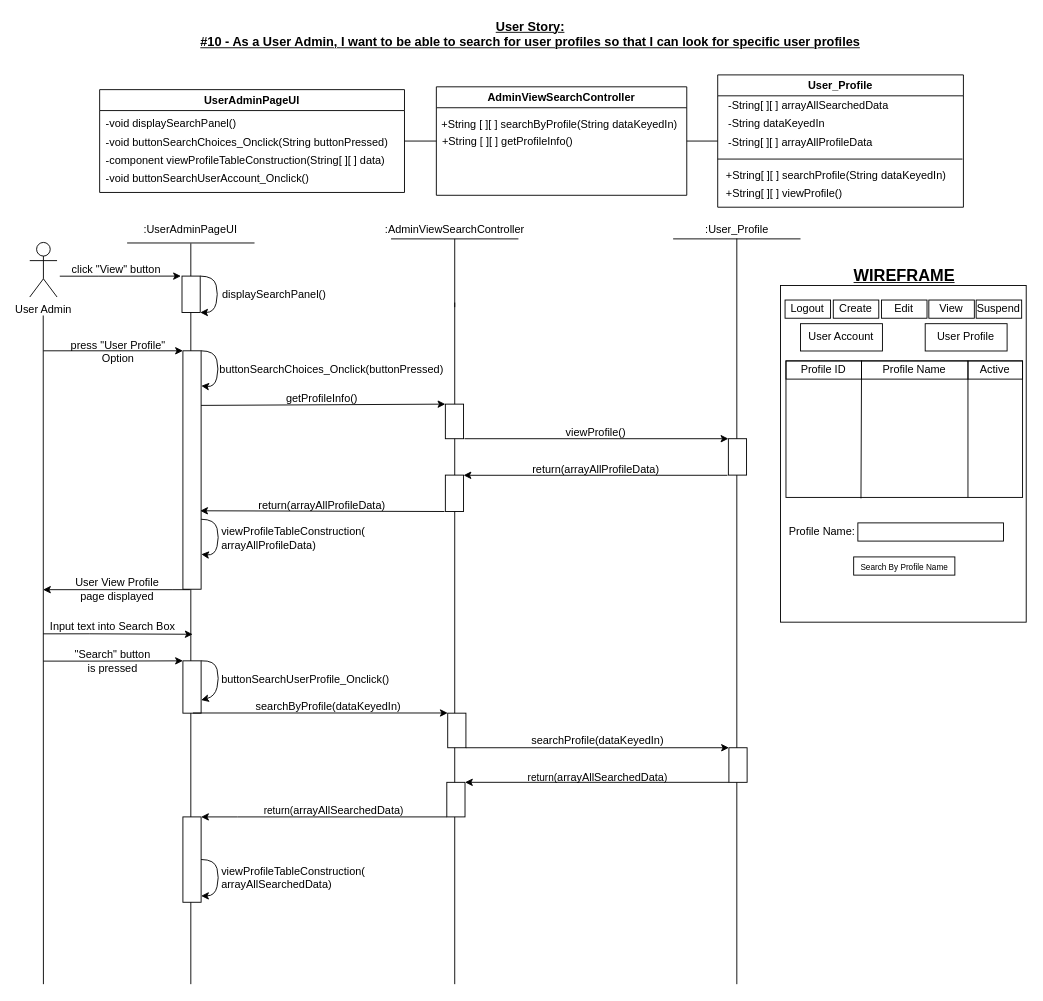
Before: BCE_UML_and_Diagrams/UserAdmin/UserAdmin_ViewSearchProfile(#10&11)/UserStory#10_SearchProfile.drawio in extred5700/JAVAGUI-Restaurant-Table-Order-System, a draw.io diagram. Source tidied: cells renumbered, new cells numbered last; positions are measured from the earlier drawing's top-left corner, leaving out a move shared by most shapes. Both pictures are drawn from the tidied source at 91%, with x=0, y=0 at pixel (29, 15).
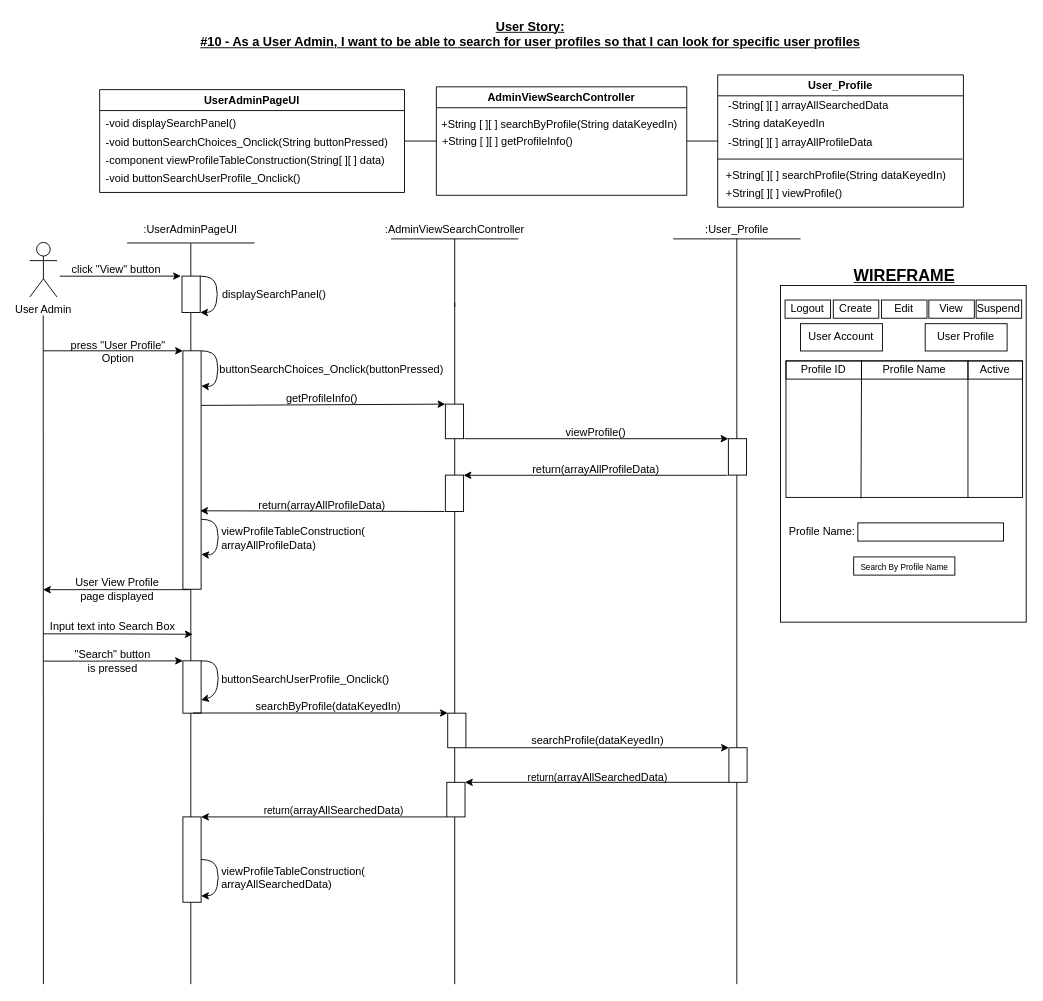
The same diagram, later.

The change refers to these unchanged cells:
```xml
<mxCell id="4" value="UserAdminPageUI" style="swimlane;" parent="1" vertex="1">
  <mxGeometry x="77" y="81" width="335" height="113" as="geometry" />
</mxCell>
```

Change to the diagram source:
```diff
@@
-    <mxCell id="7" value="-void buttonSearchUserAccount_Onclick()" style="text;html=1;align=left;verticalAlign=middle;strokeColor=none;fillColor=none;" parent="4" vertex="1">
-      <mxGeometry x="5" y="88" width="240" height="20" as="geometry" />
+    <mxCell id="7" value="-void buttonSearchUserProfile_Onclick()" style="text;html=1;align=left;verticalAlign=middle;strokeColor=none;fillColor=none;" parent="4" vertex="1">
+      <mxGeometry x="5" y="88" width="230" height="20" as="geometry" />
     </mxCell>
```
